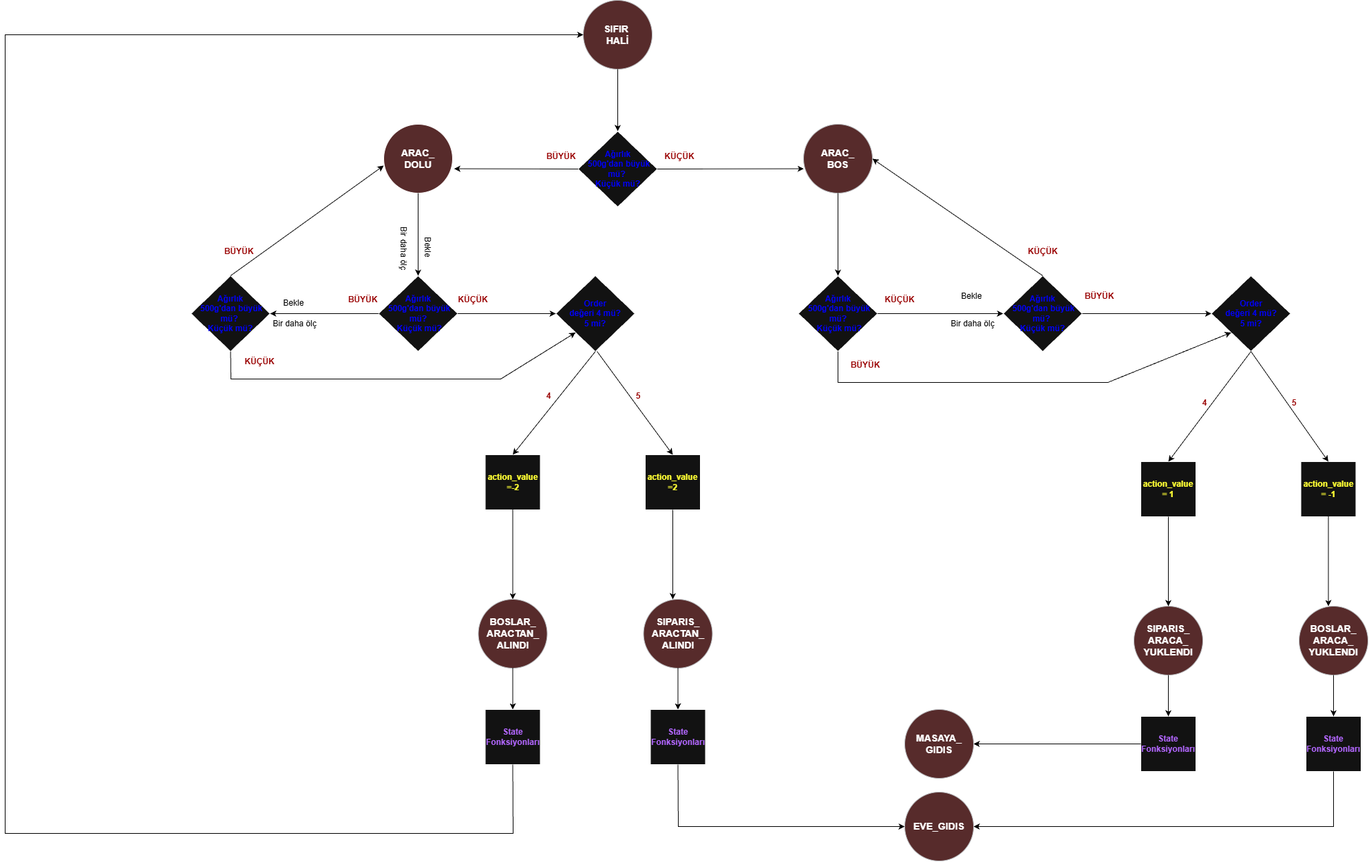
Above: this.drawio.png in zbaysal/Weight-Based-Vehicle-Control-Algorithm (draw.io), before the change. Source tidied: cells renumbered, new cells last; positions are measured from the earlier drawing's top-left corner, leaving out a move shared by most shapes.
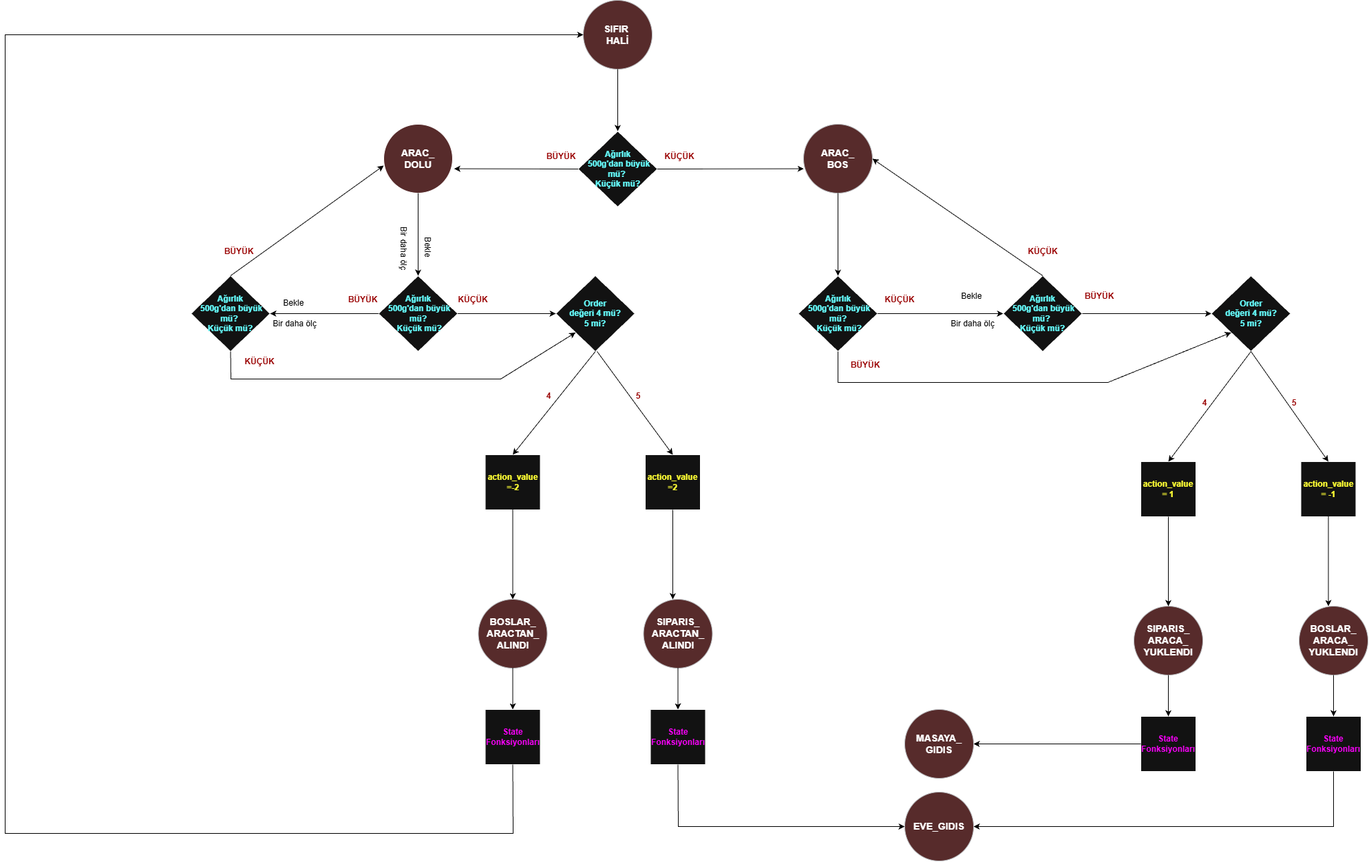
Later version of the same file.

The edit, as a diff of the source:
```diff
@@ -10,7 +10,7 @@
         <mxPoint x="890" y="190" as="targetPoint" />
       </mxGeometry>
     </mxCell>
-    <mxCell id="4" value="&lt;b&gt;&lt;font style=&quot;color: light-dark(rgb(0, 0, 0), rgb(0, 0, 255));&quot;&gt;Ağırlık&lt;/font&gt;&lt;/b&gt;&lt;div&gt;&lt;b&gt;&lt;font style=&quot;color: light-dark(rgb(0, 0, 0), rgb(0, 0, 255));&quot;&gt;&amp;nbsp;500g'dan büyük mü?&amp;nbsp;&lt;/font&gt;&lt;/b&gt;&lt;/div&gt;&lt;div&gt;&lt;b&gt;&lt;font style=&quot;color: light-dark(rgb(0, 0, 0), rgb(0, 0, 255));&quot;&gt;Küçük&lt;/font&gt;&lt;/b&gt;&lt;b style=&quot;background-color: transparent; color: light-dark(rgb(0, 0, 0), rgb(255, 255, 255));&quot;&gt;&lt;font style=&quot;color: light-dark(rgb(0, 0, 0), rgb(0, 0, 255));&quot;&gt;&amp;nbsp;mü?&lt;/font&gt;&lt;/b&gt;&lt;/div&gt;" style="rhombus;whiteSpace=wrap;html=1;" parent="1" vertex="1">
+    <mxCell id="4" value="&lt;b&gt;&lt;font style=&quot;color: light-dark(rgb(0, 0, 0), rgb(102, 255, 255));&quot;&gt;Ağırlık&lt;/font&gt;&lt;/b&gt;&lt;div&gt;&lt;b&gt;&lt;font style=&quot;color: light-dark(rgb(0, 0, 0), rgb(102, 255, 255));&quot;&gt;&amp;nbsp;500g'dan büyük mü?&amp;nbsp;&lt;/font&gt;&lt;/b&gt;&lt;/div&gt;&lt;div&gt;&lt;font style=&quot;color: light-dark(rgb(0, 0, 0), rgb(102, 255, 255));&quot;&gt;&lt;b&gt;&lt;font style=&quot;&quot;&gt;Küçük&lt;/font&gt;&lt;/b&gt;&lt;b style=&quot;background-color: transparent;&quot;&gt;&lt;font style=&quot;&quot;&gt;&amp;nbsp;mü?&lt;/font&gt;&lt;/b&gt;&lt;/font&gt;&lt;/div&gt;" style="rhombus;whiteSpace=wrap;html=1;" parent="1" vertex="1">
       <mxGeometry x="832.5" y="190" width="115" height="110" as="geometry" />
     </mxCell>
     <mxCell id="5" value="&lt;b&gt;&lt;font style=&quot;font-size: 14px;&quot;&gt;ARAC_&lt;/font&gt;&lt;/b&gt;&lt;div&gt;&lt;b&gt;&lt;font style=&quot;font-size: 14px;&quot;&gt;DOLU&lt;/font&gt;&lt;/b&gt;&lt;/div&gt;" style="ellipse;whiteSpace=wrap;html=1;fillColor=#ffcccc;strokeColor=default;fontColor=default;labelBackgroundColor=none;" parent="1" vertex="1">
@@ -25,19 +25,19 @@
     <mxCell id="8" style="endArrow=classic;html=1;rounded=0;exitX=1;exitY=0.5;exitDx=0;exitDy=0;entryX=0.004;entryY=0.646;entryDx=0;entryDy=0;entryPerimeter=0;strokeColor=light-dark(#000000,#000000);" parent="1" edge="1" source="4" target="6">
       <mxGeometry relative="1" as="geometry" />
     </mxCell>
-    <mxCell id="9" value="&lt;b&gt;&lt;font style=&quot;color: light-dark(rgb(0, 0, 0), rgb(0, 0, 255));&quot;&gt;Ağırlık&lt;/font&gt;&lt;/b&gt;&lt;div&gt;&lt;b&gt;&lt;font style=&quot;color: light-dark(rgb(0, 0, 0), rgb(0, 0, 255));&quot;&gt;&amp;nbsp;500g'dan büyük mü?&lt;/font&gt;&lt;/b&gt;&lt;/div&gt;&lt;div&gt;&lt;b&gt;&lt;font style=&quot;color: light-dark(rgb(0, 0, 0), rgb(0, 0, 255));&quot;&gt;&amp;nbsp;Küçük mü?&lt;/font&gt;&lt;/b&gt;&lt;/div&gt;" style="rhombus;whiteSpace=wrap;html=1;" parent="1" vertex="1">
+    <mxCell id="9" value="&lt;b&gt;&lt;font style=&quot;color: light-dark(rgb(0, 0, 0), rgb(102, 255, 255));&quot;&gt;Ağırlık&lt;/font&gt;&lt;/b&gt;&lt;div&gt;&lt;b&gt;&lt;font style=&quot;color: light-dark(rgb(0, 0, 0), rgb(102, 255, 255));&quot;&gt;&amp;nbsp;500g'dan büyük mü?&lt;/font&gt;&lt;/b&gt;&lt;/div&gt;&lt;div&gt;&lt;b&gt;&lt;font style=&quot;color: light-dark(rgb(0, 0, 0), rgb(102, 255, 255));&quot;&gt;&amp;nbsp;Küçük mü?&lt;/font&gt;&lt;/b&gt;&lt;/div&gt;" style="rhombus;whiteSpace=wrap;html=1;" parent="1" vertex="1">
       <mxGeometry x="542.5" y="400" width="115" height="110" as="geometry" />
     </mxCell>
     <mxCell id="10" style="endArrow=classic;html=1;rounded=0;exitX=0.5;exitY=1;exitDx=0;exitDy=0;entryX=0.5;entryY=0;entryDx=0;entryDy=0;strokeColor=light-dark(#000000,#000000);" parent="1" edge="1" source="5" target="9">
       <mxGeometry relative="1" as="geometry" />
     </mxCell>
-    <mxCell id="11" value="&lt;b&gt;&lt;font style=&quot;color: light-dark(rgb(0, 0, 0), rgb(0, 0, 255));&quot;&gt;Ağırlık&lt;/font&gt;&lt;/b&gt;&lt;div&gt;&lt;b&gt;&lt;font style=&quot;color: light-dark(rgb(0, 0, 0), rgb(0, 0, 255));&quot;&gt;&amp;nbsp;500g'dan büyük mü?&amp;nbsp;&lt;/font&gt;&lt;/b&gt;&lt;/div&gt;&lt;div&gt;&lt;b&gt;&lt;font style=&quot;color: light-dark(rgb(0, 0, 0), rgb(0, 0, 255));&quot;&gt;Küçük mü?&lt;/font&gt;&lt;/b&gt;&lt;/div&gt;" style="rhombus;whiteSpace=wrap;html=1;" parent="1" vertex="1">
+    <mxCell id="11" value="&lt;b&gt;&lt;font style=&quot;color: light-dark(rgb(0, 0, 0), rgb(102, 255, 255));&quot;&gt;Ağırlık&lt;/font&gt;&lt;/b&gt;&lt;div&gt;&lt;b&gt;&lt;font style=&quot;color: light-dark(rgb(0, 0, 0), rgb(102, 255, 255));&quot;&gt;&amp;nbsp;500g'dan büyük mü?&amp;nbsp;&lt;/font&gt;&lt;/b&gt;&lt;/div&gt;&lt;div&gt;&lt;b&gt;&lt;font style=&quot;color: light-dark(rgb(0, 0, 0), rgb(102, 255, 255));&quot;&gt;Küçük mü?&lt;/font&gt;&lt;/b&gt;&lt;/div&gt;" style="rhombus;whiteSpace=wrap;html=1;" parent="1" vertex="1">
       <mxGeometry x="270" y="400" width="115" height="110" as="geometry" />
     </mxCell>
     <mxCell id="12" style="endArrow=classic;html=1;rounded=0;exitX=0;exitY=0.5;exitDx=0;exitDy=0;entryX=1;entryY=0.5;entryDx=0;entryDy=0;strokeColor=light-dark(#000000,#000000);" parent="1" edge="1" source="9" target="11">
       <mxGeometry relative="1" as="geometry" />
     </mxCell>
-    <mxCell id="13" value="&lt;b&gt;&lt;font style=&quot;color: light-dark(rgb(0, 0, 0), rgb(0, 0, 255));&quot;&gt;Order&lt;/font&gt;&lt;/b&gt;&lt;div&gt;&lt;b&gt;&lt;font style=&quot;color: light-dark(rgb(0, 0, 0), rgb(0, 0, 255));&quot;&gt;&amp;nbsp;değeri 4 mü?&amp;nbsp;&lt;/font&gt;&lt;/b&gt;&lt;div&gt;&lt;b&gt;&lt;font style=&quot;color: light-dark(rgb(0, 0, 0), rgb(0, 0, 255));&quot;&gt;5 mi?&lt;/font&gt;&lt;/b&gt;&lt;/div&gt;&lt;/div&gt;" style="rhombus;whiteSpace=wrap;html=1;" parent="1" vertex="1">
+    <mxCell id="13" value="&lt;b&gt;&lt;font style=&quot;color: light-dark(rgb(0, 0, 0), rgb(102, 255, 255));&quot;&gt;Order&lt;/font&gt;&lt;/b&gt;&lt;div&gt;&lt;b&gt;&lt;font style=&quot;color: light-dark(rgb(0, 0, 0), rgb(102, 255, 255));&quot;&gt;&amp;nbsp;değeri 4 mü?&amp;nbsp;&lt;/font&gt;&lt;/b&gt;&lt;div&gt;&lt;b&gt;&lt;font style=&quot;color: light-dark(rgb(0, 0, 0), rgb(102, 255, 255));&quot;&gt;5 mi?&lt;/font&gt;&lt;/b&gt;&lt;/div&gt;&lt;/div&gt;" style="rhombus;whiteSpace=wrap;html=1;" parent="1" vertex="1">
       <mxGeometry x="800" y="400" width="115" height="110" as="geometry" />
     </mxCell>
     <mxCell id="14" style="endArrow=classic;html=1;rounded=0;exitX=1;exitY=0.5;exitDx=0;exitDy=0;entryX=0;entryY=0.5;entryDx=0;entryDy=0;strokeColor=light-dark(#000000,#000000);" parent="1" edge="1" source="9" target="13">
@@ -93,10 +93,10 @@
     <mxCell id="28" value="&lt;font style=&quot;color: light-dark(rgb(153, 0, 0), rgb(153, 0, 0));&quot;&gt;&lt;b style=&quot;&quot;&gt;KÜÇÜK&lt;/b&gt;&lt;/font&gt;" style="text;html=1;whiteSpace=wrap;strokeColor=none;fillColor=none;align=center;verticalAlign=middle;rounded=0;" parent="1" vertex="1">
       <mxGeometry x="340" y="510" width="60" height="30" as="geometry" />
     </mxCell>
-    <mxCell id="29" value="&lt;b&gt;&lt;font style=&quot;color: light-dark(rgb(255, 255, 255), rgb(178, 102, 255));&quot;&gt;State Fonksiyonları&lt;/font&gt;&lt;/b&gt;" style="whiteSpace=wrap;html=1;" parent="1" vertex="1">
+    <mxCell id="29" value="&lt;b&gt;&lt;font style=&quot;color: light-dark(rgb(255, 255, 255), rgb(255, 0, 255));&quot;&gt;State Fonksiyonları&lt;/font&gt;&lt;/b&gt;" style="whiteSpace=wrap;html=1;" parent="1" vertex="1">
       <mxGeometry x="697.5" y="1030" width="80" height="80" as="geometry" />
     </mxCell>
-    <mxCell id="30" value="&lt;b&gt;&lt;font style=&quot;color: light-dark(rgb(255, 255, 255), rgb(178, 102, 255));&quot;&gt;State Fonksiyonları&lt;/font&gt;&lt;/b&gt;" style="whiteSpace=wrap;html=1;" parent="1" vertex="1">
+    <mxCell id="30" value="&lt;b&gt;&lt;font style=&quot;color: light-dark(rgb(255, 255, 255), rgb(255, 0, 255));&quot;&gt;State Fonksiyonları&lt;/font&gt;&lt;/b&gt;" style="whiteSpace=wrap;html=1;" parent="1" vertex="1">
       <mxGeometry x="937.5" y="1030" width="80" height="80" as="geometry" />
     </mxCell>
     <mxCell id="31" style="endArrow=classic;html=1;rounded=0;entryX=0.5;entryY=0;entryDx=0;entryDy=0;exitX=0.5;exitY=1;exitDx=0;exitDy=0;strokeColor=light-dark(#000000,#000000);" parent="1" edge="1" source="22" target="29">
@@ -121,7 +121,7 @@
         </Array>
       </mxGeometry>
     </mxCell>
-    <mxCell id="35" value="&lt;b&gt;&lt;font style=&quot;color: light-dark(rgb(0, 0, 0), rgb(0, 0, 255));&quot;&gt;Ağırlık&lt;/font&gt;&lt;/b&gt;&lt;div&gt;&lt;b&gt;&lt;font style=&quot;color: light-dark(rgb(0, 0, 0), rgb(0, 0, 255));&quot;&gt;&amp;nbsp;500g'dan büyük mü?&lt;/font&gt;&lt;/b&gt;&lt;/div&gt;&lt;div&gt;&lt;b&gt;&lt;font style=&quot;color: light-dark(rgb(0, 0, 0), rgb(0, 0, 255));&quot;&gt;&amp;nbsp;Küçük mü?&lt;/font&gt;&lt;/b&gt;&lt;/div&gt;" style="rhombus;whiteSpace=wrap;html=1;" parent="1" vertex="1">
+    <mxCell id="35" value="&lt;b&gt;&lt;font style=&quot;color: light-dark(rgb(0, 0, 0), rgb(102, 255, 255));&quot;&gt;Ağırlık&lt;/font&gt;&lt;/b&gt;&lt;div&gt;&lt;b&gt;&lt;font style=&quot;color: light-dark(rgb(0, 0, 0), rgb(102, 255, 255));&quot;&gt;&amp;nbsp;500g'dan büyük mü?&lt;/font&gt;&lt;/b&gt;&lt;/div&gt;&lt;div&gt;&lt;b&gt;&lt;font style=&quot;color: light-dark(rgb(0, 0, 0), rgb(102, 255, 255));&quot;&gt;&amp;nbsp;Küçük mü?&lt;/font&gt;&lt;/b&gt;&lt;/div&gt;" style="rhombus;whiteSpace=wrap;html=1;" parent="1" vertex="1">
       <mxGeometry x="1152.5" y="400" width="115" height="110" as="geometry" />
     </mxCell>
     <mxCell id="36" style="endArrow=classic;html=1;rounded=0;exitX=0.5;exitY=1;exitDx=0;exitDy=0;entryX=0.5;entryY=0;entryDx=0;entryDy=0;strokeColor=light-dark(#000000,#000000);" parent="1" edge="1" source="6" target="35">
@@ -141,7 +141,7 @@
     <mxCell id="40" value="&lt;font style=&quot;color: light-dark(rgb(0, 0, 0), rgb(0, 0, 0));&quot;&gt;Bekle&amp;nbsp;&lt;/font&gt;" style="text;html=1;whiteSpace=wrap;strokeColor=none;fillColor=none;align=center;verticalAlign=middle;rounded=0;rotation=0;" parent="1" vertex="1">
       <mxGeometry x="1370" y="410" width="72.5" height="40" as="geometry" />
     </mxCell>
-    <mxCell id="41" value="&lt;b&gt;&lt;font style=&quot;color: light-dark(rgb(0, 0, 0), rgb(0, 0, 255));&quot;&gt;Ağırlık&lt;/font&gt;&lt;/b&gt;&lt;div&gt;&lt;b&gt;&lt;font style=&quot;color: light-dark(rgb(0, 0, 0), rgb(0, 0, 255));&quot;&gt;&amp;nbsp;500g'dan büyük mü?&amp;nbsp;&lt;/font&gt;&lt;/b&gt;&lt;/div&gt;&lt;div&gt;&lt;b&gt;&lt;font style=&quot;color: light-dark(rgb(0, 0, 0), rgb(0, 0, 255));&quot;&gt;Küçük mü?&lt;/font&gt;&lt;/b&gt;&lt;/div&gt;" style="rhombus;whiteSpace=wrap;html=1;" parent="1" vertex="1">
+    <mxCell id="41" value="&lt;b&gt;&lt;font style=&quot;color: light-dark(rgb(0, 0, 0), rgb(102, 255, 255));&quot;&gt;Ağırlık&lt;/font&gt;&lt;/b&gt;&lt;div&gt;&lt;b&gt;&lt;font style=&quot;color: light-dark(rgb(0, 0, 0), rgb(102, 255, 255));&quot;&gt;&amp;nbsp;500g'dan büyük mü?&amp;nbsp;&lt;/font&gt;&lt;/b&gt;&lt;/div&gt;&lt;div&gt;&lt;b&gt;&lt;font style=&quot;color: light-dark(rgb(0, 0, 0), rgb(102, 255, 255));&quot;&gt;Küçük mü?&lt;/font&gt;&lt;/b&gt;&lt;/div&gt;" style="rhombus;whiteSpace=wrap;html=1;" parent="1" vertex="1">
       <mxGeometry x="1450" y="400" width="115" height="110" as="geometry" />
     </mxCell>
     <mxCell id="42" style="endArrow=classic;html=1;rounded=0;entryX=1;entryY=0.5;entryDx=0;entryDy=0;exitX=0.5;exitY=0;exitDx=0;exitDy=0;strokeColor=light-dark(#000000,#000000);" parent="1" edge="1" source="41" target="6">
@@ -172,7 +172,7 @@
         <mxPoint x="970" y="870" as="targetPoint" />
       </mxGeometry>
     </mxCell>
-    <mxCell id="50" value="&lt;b&gt;&lt;font style=&quot;color: light-dark(rgb(0, 0, 0), rgb(0, 0, 255));&quot;&gt;Order&lt;/font&gt;&lt;/b&gt;&lt;div&gt;&lt;b&gt;&lt;font style=&quot;color: light-dark(rgb(0, 0, 0), rgb(0, 0, 255));&quot;&gt;&amp;nbsp;değeri 4 mü?&amp;nbsp;&lt;/font&gt;&lt;/b&gt;&lt;div&gt;&lt;b&gt;&lt;font style=&quot;color: light-dark(rgb(0, 0, 0), rgb(0, 0, 255));&quot;&gt;5 mi?&lt;/font&gt;&lt;/b&gt;&lt;/div&gt;&lt;/div&gt;" style="rhombus;whiteSpace=wrap;html=1;" parent="1" vertex="1">
+    <mxCell id="50" value="&lt;b&gt;&lt;font style=&quot;color: light-dark(rgb(0, 0, 0), rgb(102, 255, 255));&quot;&gt;Order&lt;/font&gt;&lt;/b&gt;&lt;div&gt;&lt;b&gt;&lt;font style=&quot;color: light-dark(rgb(0, 0, 0), rgb(102, 255, 255));&quot;&gt;&amp;nbsp;değeri 4 mü?&amp;nbsp;&lt;/font&gt;&lt;/b&gt;&lt;div&gt;&lt;b&gt;&lt;font style=&quot;color: light-dark(rgb(0, 0, 0), rgb(102, 255, 255));&quot;&gt;5 mi?&lt;/font&gt;&lt;/b&gt;&lt;/div&gt;&lt;/div&gt;" style="rhombus;whiteSpace=wrap;html=1;" parent="1" vertex="1">
       <mxGeometry x="1752.5" y="400" width="115" height="110" as="geometry" />
     </mxCell>
     <mxCell id="51" value="&lt;b&gt;&lt;font style=&quot;font-size: 14px; color: light-dark(rgb(0, 0, 0), rgb(255, 255, 255));&quot;&gt;SIPARIS_&lt;/font&gt;&lt;/b&gt;&lt;div&gt;&lt;b&gt;&lt;font style=&quot;font-size: 14px; color: light-dark(rgb(0, 0, 0), rgb(255, 255, 255));&quot;&gt;ARACA_&lt;/font&gt;&lt;/b&gt;&lt;/div&gt;&lt;div&gt;&lt;b&gt;&lt;font style=&quot;font-size: 14px; color: light-dark(rgb(0, 0, 0), rgb(255, 255, 255));&quot;&gt;YUKLENDI&lt;/font&gt;&lt;/b&gt;&lt;/div&gt;" style="ellipse;whiteSpace=wrap;html=1;fillColor=#ffcccc;strokeColor=#36393d;" parent="1" vertex="1">
@@ -187,10 +187,10 @@
     <mxCell id="54" value="&lt;font style=&quot;color: light-dark(rgb(153, 0, 0), rgb(153, 0, 0));&quot;&gt;&lt;b style=&quot;&quot;&gt;5&lt;/b&gt;&lt;/font&gt;" style="text;html=1;whiteSpace=wrap;strokeColor=none;fillColor=none;align=center;verticalAlign=middle;rounded=0;" parent="1" vertex="1">
       <mxGeometry x="1832.5" y="555" width="80" height="60" as="geometry" />
     </mxCell>
-    <mxCell id="55" value="&lt;b&gt;&lt;font style=&quot;color: light-dark(rgb(255, 255, 255), rgb(178, 102, 255));&quot;&gt;State Fonksiyonları&lt;/font&gt;&lt;/b&gt;" style="whiteSpace=wrap;html=1;" parent="1" vertex="1">
+    <mxCell id="55" value="&lt;b&gt;&lt;font style=&quot;color: light-dark(rgb(255, 255, 255), rgb(255, 0, 255));&quot;&gt;State Fonksiyonları&lt;/font&gt;&lt;/b&gt;" style="whiteSpace=wrap;html=1;" parent="1" vertex="1">
       <mxGeometry x="1650" y="1040" width="80" height="80" as="geometry" />
     </mxCell>
-    <mxCell id="56" value="&lt;b&gt;&lt;font style=&quot;color: light-dark(rgb(255, 255, 255), rgb(178, 102, 255));&quot;&gt;State Fonksiyonları&lt;/font&gt;&lt;/b&gt;" style="whiteSpace=wrap;html=1;" parent="1" vertex="1">
+    <mxCell id="56" value="&lt;b&gt;&lt;font style=&quot;color: light-dark(rgb(255, 255, 255), rgb(255, 0, 255));&quot;&gt;State Fonksiyonları&lt;/font&gt;&lt;/b&gt;" style="whiteSpace=wrap;html=1;" parent="1" vertex="1">
       <mxGeometry x="1890" y="1040" width="80" height="80" as="geometry" />
     </mxCell>
     <mxCell id="57" style="endArrow=classic;html=1;rounded=0;entryX=0.5;entryY=0;entryDx=0;entryDy=0;exitX=0.5;exitY=1;exitDx=0;exitDy=0;strokeColor=light-dark(#000000,#000000);" parent="1" edge="1" source="51" target="55">
```
